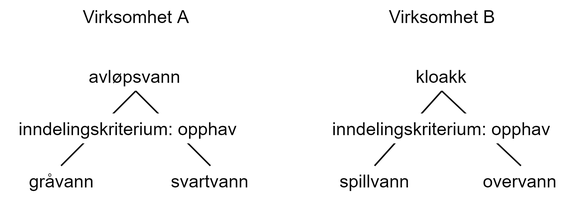
Before: docs/images/avlopsvann1.png, a diagram exported from draw.io (Informasjonsforvaltning/forvaltningsstandard-begrepskoordinering). Source tidied: cells renumbered, new cells last; positions are measured from the earlier drawing's top-left corner, leaving out a move shared by most shapes.
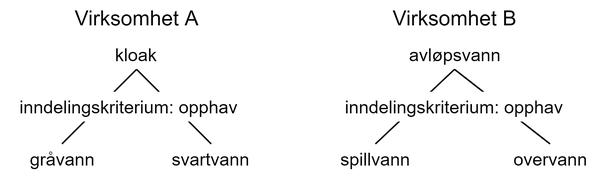
Later version of the same file.

Commit message:
Ny tegning som følger av justeringer i vedlegg-a

Change to the diagram source:
```diff
@@ -2,49 +2,51 @@
   <root>
     <mxCell id="0" />
     <mxCell id="1" parent="0" />
-    <mxCell id="2" value="Virksomhet B" style="text;html=1;strokeColor=none;fillColor=none;align=center;verticalAlign=middle;rounded=0;" parent="1" vertex="1">
-      <mxGeometry x="255" width="80" height="20" as="geometry" />
-    </mxCell>
-    <mxCell id="3" value="avløpsvann" style="text;html=1;strokeColor=none;fillColor=none;align=center;verticalAlign=middle;rounded=0;" parent="1" vertex="1">
-      <mxGeometry x="50" y="40" width="80" height="20" as="geometry" />
-    </mxCell>
+    <mxCell id="16" style="endArrow=none;html=1;exitX=0.5;exitY=0;exitDx=0;exitDy=0;entryX=0.5;entryY=1;entryDx=0;entryDy=0;" parent="1" edge="1" source="17" target="4">
+      <mxGeometry relative="1" as="geometry" />
+    </mxCell>
-    <mxCell id="4" value="kloakk" style="text;html=1;strokeColor=none;fillColor=none;align=center;verticalAlign=middle;rounded=0;" parent="1" vertex="1">
-      <mxGeometry x="255" y="40" width="80" height="20" as="geometry" />
+    <mxCell id="4" value="avløpsvann" style="text;html=1;strokeColor=none;fillColor=none;align=center;verticalAlign=middle;rounded=0;" parent="1" vertex="1">
+      <mxGeometry x="183" y="-15" width="80" height="20" as="geometry" />
     </mxCell>
     <mxCell id="5" value="gråvann" style="text;html=1;strokeColor=none;fillColor=none;align=center;verticalAlign=middle;rounded=0;" parent="1" vertex="1">
-      <mxGeometry y="110" width="80" height="20" as="geometry" />
+      <mxGeometry x="-80" y="55" width="80" height="20" as="geometry" />
     </mxCell>
     <mxCell id="6" value="svartvann" style="text;html=1;strokeColor=none;fillColor=none;align=center;verticalAlign=middle;rounded=0;" parent="1" vertex="1">
-      <mxGeometry x="100" y="110" width="80" height="20" as="geometry" />
+      <mxGeometry x="20" y="55" width="80" height="20" as="geometry" />
     </mxCell>
-    <mxCell id="7" value="spillvann" style="text;html=1;strokeColor=none;fillColor=none;align=center;verticalAlign=middle;rounded=0;" parent="1" vertex="1">
-      <mxGeometry x="210" y="110" width="80" height="20" as="geometry" />
+    <mxCell id="7" value="kloak" style="text;html=1;strokeColor=none;fillColor=none;align=center;verticalAlign=middle;rounded=0;" parent="1" vertex="1">
+      <mxGeometry x="-30" y="-15" width="80" height="20" as="geometry" />
     </mxCell>
     <mxCell id="8" value="overvann" style="text;html=1;strokeColor=none;fillColor=none;align=center;verticalAlign=middle;rounded=0;" parent="1" vertex="1">
-      <mxGeometry x="308" y="110" width="80" height="20" as="geometry" />
+      <mxGeometry x="247" y="55" width="80" height="20" as="geometry" />
     </mxCell>
-    <mxCell id="9" style="endArrow=none;html=1;entryX=0.5;entryY=1;entryDx=0;entryDy=0;exitX=0.5;exitY=0;exitDx=0;exitDy=0;" parent="1" edge="1" source="5" target="3">
-      <mxGeometry relative="1" as="geometry" />
+    <mxCell id="9" style="endArrow=none;html=1;entryX=0.5;entryY=1;entryDx=0;entryDy=0;exitX=0.5;exitY=0;exitDx=0;exitDy=0;" parent="1" edge="1" source="5">
+      <mxGeometry relative="1" as="geometry">
+        <mxPoint x="10" y="5" as="targetPoint" />
+      </mxGeometry>
     </mxCell>
-    <mxCell id="10" style="endArrow=none;html=1;entryX=0.5;entryY=1;entryDx=0;entryDy=0;exitX=0.5;exitY=0;exitDx=0;exitDy=0;" parent="1" edge="1" source="6" target="3">
-      <mxGeometry relative="1" as="geometry" />
+    <mxCell id="10" style="endArrow=none;html=1;entryX=0.5;entryY=1;entryDx=0;entryDy=0;exitX=0.5;exitY=0;exitDx=0;exitDy=0;" parent="1" edge="1" source="6">
+      <mxGeometry relative="1" as="geometry">
+        <mxPoint x="10" y="5" as="targetPoint" />
+      </mxGeometry>
     </mxCell>
     <mxCell id="11" value="inndelingskriterium: opphav" style="text;html=1;align=center;verticalAlign=middle;rounded=0;fillColor=#FFFFFF;" parent="1" vertex="1">
-      <mxGeometry y="75" width="170" height="20" as="geometry" />
+      <mxGeometry x="-80" y="20" width="170" height="20" as="geometry" />
     </mxCell>
-    <mxCell id="12" style="endArrow=none;html=1;exitX=0.5;exitY=0;exitDx=0;exitDy=0;" parent="1" edge="1" source="7">
-      <mxGeometry relative="1" as="geometry">
-        <mxPoint x="295" y="60" as="targetPoint" />
-      </mxGeometry>
-    </mxCell>
     <mxCell id="13" style="endArrow=none;html=1;exitX=0.5;exitY=0;exitDx=0;exitDy=0;entryX=0.5;entryY=1;entryDx=0;entryDy=0;" parent="1" edge="1" source="8" target="4">
       <mxGeometry relative="1" as="geometry" />
     </mxCell>
-    <mxCell id="14" value="inndelingskriterium: opphav" style="text;html=1;align=center;verticalAlign=middle;rounded=0;fillColor=#FFFFFF;" parent="1" vertex="1">
-      <mxGeometry x="210" y="75" width="170" height="20" as="geometry" />
+    <mxCell id="14" value="inndelingskriterium: opphav" style="text;html=1;align=center;verticalAlign=middle;rounded=0;fillColor=#FFFFFF;labelBackgroundColor=#ffffff;" parent="1" vertex="1">
+      <mxGeometry x="138" y="20" width="170" height="20" as="geometry" />
     </mxCell>
+    <mxCell id="17" value="spillvann" style="text;html=1;strokeColor=none;fillColor=none;align=center;verticalAlign=middle;rounded=0;" parent="1" vertex="1">
+      <mxGeometry x="130" y="55" width="80" height="20" as="geometry" />
+    </mxCell>
-    <mxCell id="15" value="Virksomhet A" style="text;html=1;strokeColor=none;fillColor=none;align=center;verticalAlign=middle;rounded=0;" parent="1" vertex="1">
-      <mxGeometry x="50" width="80" height="20" as="geometry" />
+    <mxCell id="15" value="Virksomhet A" style="text;html=1;strokeColor=none;fillColor=none;align=center;verticalAlign=middle;rounded=0;fontSize=14;" parent="1" vertex="1">
+      <mxGeometry x="-30" y="-40" width="80" height="20" as="geometry" />
     </mxCell>
+    <mxCell id="2" value="Virksomhet B" style="text;html=1;strokeColor=none;fillColor=none;align=center;verticalAlign=middle;rounded=0;fontSize=14;" parent="1" vertex="1">
+      <mxGeometry x="183" y="-40" width="80" height="20" as="geometry" />
+    </mxCell>
   </root>
 </mxGraphModel>
```
